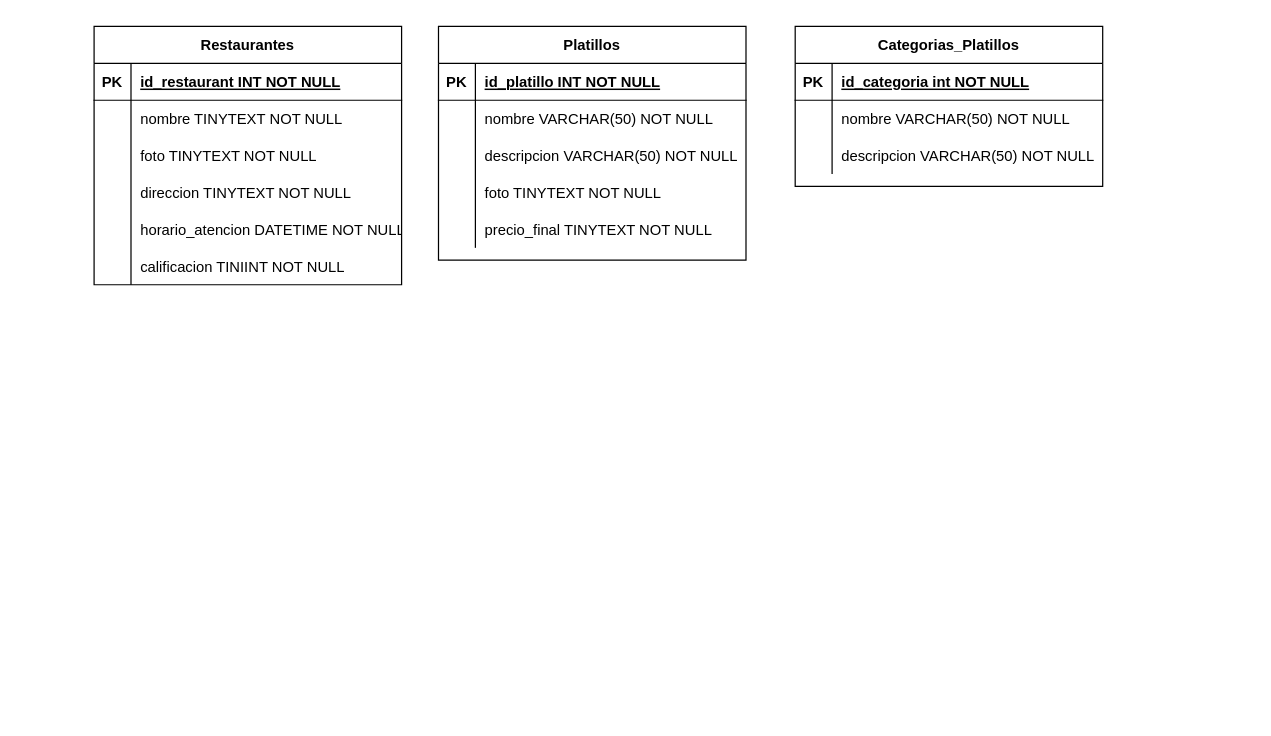
raulgm00/draw.oi keeps this draw.io diagram as page "Restaurantes" (1 of 2) of Restaurantes.drawio. Above is the earlier version. Source tidied: cells renumbered, new cells numbered last; positions are measured from the earlier drawing's top-left corner, leaving out a move shared by most shapes. Both pictures are drawn from the tidied source at 123%, with x=0, y=0 at pixel (93, 26).
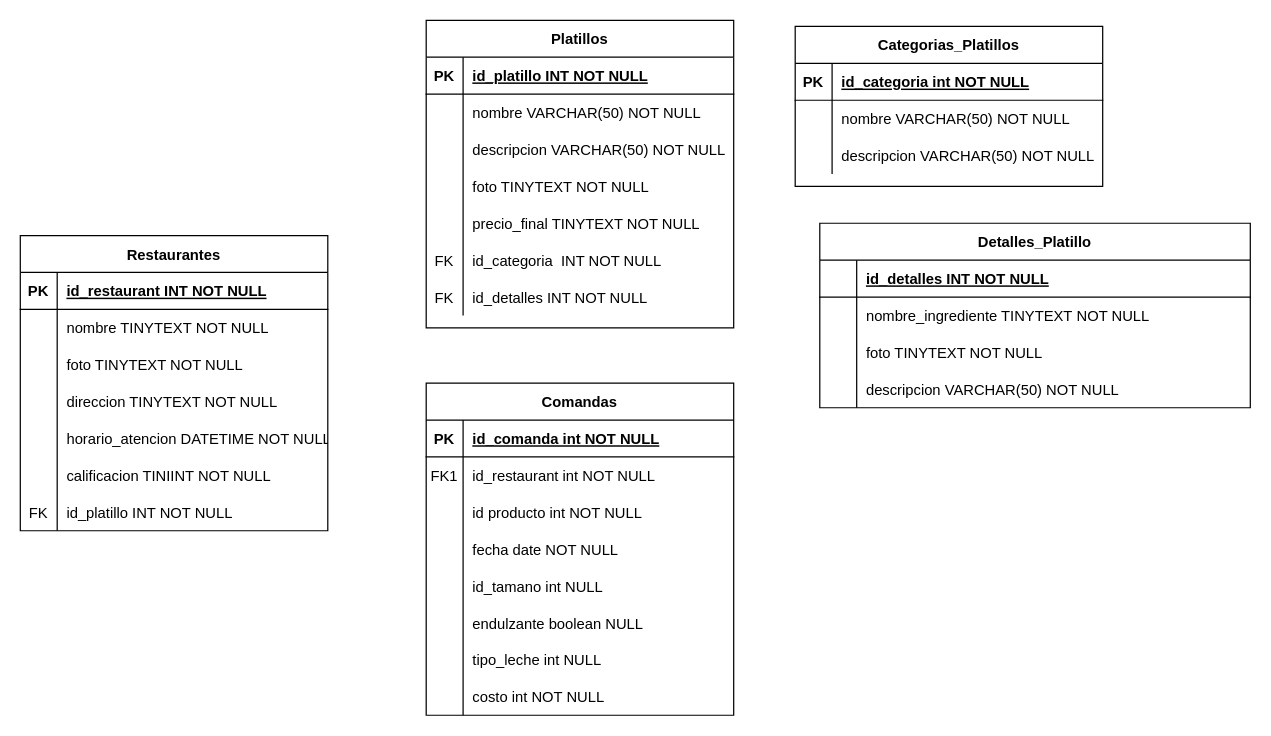
After the change.

Diff of the diagram source:
```diff
@@
     <mxCell id="2" value="Platillos" style="shape=table;startSize=30;childLayout=tableLayout;rowLines=0;fontStyle=1;align=center;" parent="1" vertex="1">
-      <mxGeometry x="280" width="250" height="190" as="geometry" />
+      <mxGeometry x="270" y="-5" width="250" height="250" as="geometry" />
     </mxCell>
@@
+    <mxCell id="47" style="shape=partialRectangle;fillColor=none;top=0;left=0;right=0;bottom=0;" parent="2" vertex="1">
+      <mxGeometry y="180" width="250" height="30" as="geometry" />
+    </mxCell>
+    <mxCell id="48" value="FK" style="shape=partialRectangle;overflow=hidden;fillColor=none;top=0;left=0;bottom=0;right=0;" parent="47" vertex="1">
+      <mxGeometry width="30" height="30" as="geometry" />
+    </mxCell>
+    <mxCell id="49" value="id_categoria  INT NOT NULL" style="shape=partialRectangle;overflow=hidden;fillColor=none;top=0;left=0;bottom=0;right=0;align=left;spacingLeft=6;" parent="47" vertex="1">
+      <mxGeometry x="30" width="220" height="30" as="geometry" />
+    </mxCell>
+    <mxCell id="50" style="shape=partialRectangle;fillColor=none;top=0;left=0;right=0;bottom=0;" parent="2" vertex="1">
+      <mxGeometry y="210" width="250" height="30" as="geometry" />
+    </mxCell>
+    <mxCell id="51" value="FK" style="shape=partialRectangle;overflow=hidden;fillColor=none;top=0;left=0;bottom=0;right=0;" parent="50" vertex="1">
+      <mxGeometry width="30" height="30" as="geometry" />
+    </mxCell>
+    <mxCell id="52" value="id_detalles INT NOT NULL" style="shape=partialRectangle;overflow=hidden;fillColor=none;top=0;left=0;bottom=0;right=0;align=left;spacingLeft=6;" parent="50" vertex="1">
+      <mxGeometry x="30" width="220" height="30" as="geometry" />
+    </mxCell>
@@
     <mxCell id="28" value="Restaurantes" style="shape=table;startSize=30;childLayout=tableLayout;rowLines=0;fontStyle=1;align=center;" parent="1" vertex="1">
-      <mxGeometry width="250" height="210" as="geometry" />
+      <mxGeometry x="-60" y="170" width="250" height="240" as="geometry" />
     </mxCell>
@@
+    <mxCell id="53" style="shape=partialRectangle;fillColor=none;top=0;left=0;right=0;bottom=0;" parent="28" vertex="1">
+      <mxGeometry y="180" width="250" height="30" as="geometry" />
+    </mxCell>
+    <mxCell id="54" style="shape=partialRectangle;overflow=hidden;fillColor=none;top=0;left=0;bottom=0;right=0;" parent="53" vertex="1">
+      <mxGeometry width="30" height="30" as="geometry" />
+    </mxCell>
+    <mxCell id="55" value="calificacion TINIINT NOT NULL" style="shape=partialRectangle;overflow=hidden;fillColor=none;top=0;left=0;bottom=0;right=0;align=left;spacingLeft=6;" parent="53" vertex="1">
+      <mxGeometry x="30" width="220" height="30" as="geometry" />
+    </mxCell>
     <mxCell id="44" style="shape=partialRectangle;fillColor=none;top=0;left=0;right=0;bottom=0;" parent="28" vertex="1">
-      <mxGeometry y="180" width="250" height="30" as="geometry" />
+      <mxGeometry y="210" width="250" height="30" as="geometry" />
     </mxCell>
-    <mxCell id="45" style="shape=partialRectangle;overflow=hidden;fillColor=none;top=0;left=0;bottom=0;right=0;" parent="44" vertex="1">
+    <mxCell id="45" value="FK" style="shape=partialRectangle;overflow=hidden;fillColor=none;top=0;left=0;bottom=0;right=0;" parent="44" vertex="1">
       <mxGeometry width="30" height="30" as="geometry" />
     </mxCell>
-    <mxCell id="46" value="calificacion TINIINT NOT NULL" style="shape=partialRectangle;overflow=hidden;fillColor=none;top=0;left=0;bottom=0;right=0;align=left;spacingLeft=6;" parent="44" vertex="1">
+    <mxCell id="46" value="id_platillo INT NOT NULL" style="shape=partialRectangle;overflow=hidden;fillColor=none;top=0;left=0;bottom=0;right=0;align=left;spacingLeft=6;" parent="44" vertex="1">
       <mxGeometry x="30" width="220" height="30" as="geometry" />
     </mxCell>
+    <mxCell id="56" value="Detalles_Platillo" style="shape=table;startSize=30;childLayout=tableLayout;rowLines=0;fontStyle=1;align=center;" parent="1" vertex="1">
+      <mxGeometry x="590" y="160" width="350" height="150" as="geometry" />
+    </mxCell>
+    <mxCell id="57" style="shape=partialRectangle;fillColor=none;top=0;left=0;right=0;bottom=1;" parent="56" vertex="1">
+      <mxGeometry y="30" width="350" height="30" as="geometry" />
+    </mxCell>
+    <mxCell id="58" style="shape=partialRectangle;overflow=hidden;fillColor=none;top=0;left=0;bottom=0;right=0;fontStyle=1;" parent="57" vertex="1">
+      <mxGeometry width="30" height="30" as="geometry" />
+    </mxCell>
+    <mxCell id="59" value="id_detalles INT NOT NULL " style="shape=partialRectangle;overflow=hidden;fillColor=none;top=0;left=0;bottom=0;right=0;align=left;spacingLeft=6;fontStyle=5;" parent="57" vertex="1">
+      <mxGeometry x="30" width="320" height="30" as="geometry" />
+    </mxCell>
+    <mxCell id="60" style="shape=partialRectangle;fillColor=none;top=0;left=0;right=0;bottom=0;" parent="56" vertex="1">
+      <mxGeometry y="60" width="350" height="30" as="geometry" />
+    </mxCell>
+    <mxCell id="61" style="shape=partialRectangle;overflow=hidden;fillColor=none;top=0;left=0;bottom=0;right=0;" parent="60" vertex="1">
+      <mxGeometry width="30" height="30" as="geometry" />
+    </mxCell>
+    <mxCell id="62" value="nombre_ingrediente TINYTEXT NOT NULL" style="shape=partialRectangle;overflow=hidden;fillColor=none;top=0;left=0;bottom=0;right=0;align=left;spacingLeft=6;" parent="60" vertex="1">
+      <mxGeometry x="30" width="320" height="30" as="geometry" />
+    </mxCell>
+    <mxCell id="63" style="shape=partialRectangle;fillColor=none;top=0;left=0;right=0;bottom=0;" parent="56" vertex="1">
+      <mxGeometry y="90" width="350" height="30" as="geometry" />
+    </mxCell>
+    <mxCell id="64" style="shape=partialRectangle;overflow=hidden;fillColor=none;top=0;left=0;bottom=0;right=0;" parent="63" vertex="1">
+      <mxGeometry width="30" height="30" as="geometry" />
+    </mxCell>
+    <mxCell id="65" value="foto TINYTEXT NOT NULL" style="shape=partialRectangle;overflow=hidden;fillColor=none;top=0;left=0;bottom=0;right=0;align=left;spacingLeft=6;" parent="63" vertex="1">
+      <mxGeometry x="30" width="320" height="30" as="geometry" />
+    </mxCell>
+    <mxCell id="66" style="shape=partialRectangle;fillColor=none;top=0;left=0;right=0;bottom=0;" parent="56" vertex="1">
+      <mxGeometry y="120" width="350" height="30" as="geometry" />
+    </mxCell>
+    <mxCell id="67" style="shape=partialRectangle;overflow=hidden;fillColor=none;top=0;left=0;bottom=0;right=0;" parent="66" vertex="1">
+      <mxGeometry width="30" height="30" as="geometry" />
+    </mxCell>
+    <mxCell id="68" value="descripcion VARCHAR(50) NOT NULL" style="shape=partialRectangle;overflow=hidden;fillColor=none;top=0;left=0;bottom=0;right=0;align=left;spacingLeft=6;" parent="66" vertex="1">
+      <mxGeometry x="30" width="320" height="30" as="geometry" />
+    </mxCell>
+    <mxCell id="69" value="Comandas" style="shape=table;startSize=30;childLayout=tableLayout;rowLines=0;fontStyle=1;align=center;" parent="1" vertex="1">
+      <mxGeometry x="270" y="290" width="250" height="270" as="geometry" />
+    </mxCell>
+    <mxCell id="70" style="shape=partialRectangle;fillColor=none;top=0;left=0;right=0;bottom=1;" parent="69" vertex="1">
+      <mxGeometry y="30" width="250" height="30" as="geometry" />
+    </mxCell>
+    <mxCell id="71" value="PK" style="shape=partialRectangle;overflow=hidden;fillColor=none;top=0;left=0;bottom=0;right=0;fontStyle=1;" parent="70" vertex="1">
+      <mxGeometry width="30" height="30" as="geometry" />
+    </mxCell>
+    <mxCell id="72" value="id_comanda int NOT NULL " style="shape=partialRectangle;overflow=hidden;fillColor=none;top=0;left=0;bottom=0;right=0;align=left;spacingLeft=6;fontStyle=5;" parent="70" vertex="1">
+      <mxGeometry x="30" width="220" height="30" as="geometry" />
+    </mxCell>
+    <mxCell id="73" style="shape=partialRectangle;fillColor=none;top=0;left=0;right=0;bottom=0;" parent="69" vertex="1">
+      <mxGeometry y="60" width="250" height="30" as="geometry" />
+    </mxCell>
+    <mxCell id="74" value="FK1" style="shape=partialRectangle;overflow=hidden;fillColor=none;top=0;left=0;bottom=0;right=0;" parent="73" vertex="1">
+      <mxGeometry width="30" height="30" as="geometry" />
+    </mxCell>
+    <mxCell id="75" value="id_restaurant int NOT NULL" style="shape=partialRectangle;overflow=hidden;fillColor=none;top=0;left=0;bottom=0;right=0;align=left;spacingLeft=6;" parent="73" vertex="1">
+      <mxGeometry x="30" width="220" height="30" as="geometry" />
+    </mxCell>
+    <mxCell id="76" style="shape=partialRectangle;fillColor=none;top=0;left=0;right=0;bottom=0;" parent="69" vertex="1">
+      <mxGeometry y="90" width="250" height="30" as="geometry" />
+    </mxCell>
+    <mxCell id="77" style="shape=partialRectangle;overflow=hidden;fillColor=none;top=0;left=0;bottom=0;right=0;" parent="76" vertex="1">
+      <mxGeometry width="30" height="30" as="geometry" />
+    </mxCell>
+    <mxCell id="78" value="id producto int NOT NULL" style="shape=partialRectangle;overflow=hidden;fillColor=none;top=0;left=0;bottom=0;right=0;align=left;spacingLeft=6;" parent="76" vertex="1">
+      <mxGeometry x="30" width="220" height="30" as="geometry" />
+    </mxCell>
+    <mxCell id="79" style="shape=partialRectangle;fillColor=none;top=0;left=0;right=0;bottom=0;" parent="69" vertex="1">
+      <mxGeometry y="120" width="250" height="30" as="geometry" />
+    </mxCell>
+    <mxCell id="80" style="shape=partialRectangle;overflow=hidden;fillColor=none;top=0;left=0;bottom=0;right=0;" parent="79" vertex="1">
+      <mxGeometry width="30" height="30" as="geometry" />
+    </mxCell>
+    <mxCell id="81" value="fecha date NOT NULL" style="shape=partialRectangle;overflow=hidden;fillColor=none;top=0;left=0;bottom=0;right=0;align=left;spacingLeft=6;" parent="79" vertex="1">
+      <mxGeometry x="30" width="220" height="30" as="geometry" />
+    </mxCell>
+    <mxCell id="82" style="shape=partialRectangle;fillColor=none;top=0;left=0;right=0;bottom=0;" parent="69" vertex="1">
+      <mxGeometry y="150" width="250" height="30" as="geometry" />
+    </mxCell>
+    <mxCell id="83" style="shape=partialRectangle;overflow=hidden;fillColor=none;top=0;left=0;bottom=0;right=0;" parent="82" vertex="1">
+      <mxGeometry width="30" height="30" as="geometry" />
+    </mxCell>
+    <mxCell id="84" value="id_tamano int NULL" style="shape=partialRectangle;overflow=hidden;fillColor=none;top=0;left=0;bottom=0;right=0;align=left;spacingLeft=6;" parent="82" vertex="1">
+      <mxGeometry x="30" width="220" height="30" as="geometry" />
+    </mxCell>
+    <mxCell id="85" style="shape=partialRectangle;fillColor=none;top=0;left=0;right=0;bottom=0;" parent="69" vertex="1">
+      <mxGeometry y="180" width="250" height="30" as="geometry" />
+    </mxCell>
+    <mxCell id="86" style="shape=partialRectangle;overflow=hidden;fillColor=none;top=0;left=0;bottom=0;right=0;" parent="85" vertex="1">
+      <mxGeometry width="30" height="30" as="geometry" />
+    </mxCell>
+    <mxCell id="87" value="endulzante boolean NULL" style="shape=partialRectangle;overflow=hidden;fillColor=none;top=0;left=0;bottom=0;right=0;align=left;spacingLeft=6;" parent="85" vertex="1">
+      <mxGeometry x="30" width="220" height="30" as="geometry" />
+    </mxCell>
+    <mxCell id="88" style="shape=partialRectangle;fillColor=none;top=0;left=0;right=0;bottom=0;" parent="69" vertex="1">
+      <mxGeometry y="210" width="250" height="30" as="geometry" />
+    </mxCell>
+    <mxCell id="89" style="shape=partialRectangle;overflow=hidden;fillColor=none;top=0;left=0;bottom=0;right=0;" parent="88" vertex="1">
+      <mxGeometry width="30" height="30" as="geometry" />
+    </mxCell>
+    <mxCell id="90" value="tipo_leche int NULL" style="shape=partialRectangle;overflow=hidden;fillColor=none;top=0;left=0;bottom=0;right=0;align=left;spacingLeft=6;" parent="88" vertex="1">
+      <mxGeometry x="30" width="220" height="30" as="geometry" />
+    </mxCell>
+    <mxCell id="91" style="shape=partialRectangle;fillColor=none;top=0;left=0;right=0;bottom=0;" parent="69" vertex="1">
+      <mxGeometry y="240" width="250" height="30" as="geometry" />
+    </mxCell>
+    <mxCell id="92" style="shape=partialRectangle;overflow=hidden;fillColor=none;top=0;left=0;bottom=0;right=0;" parent="91" vertex="1">
+      <mxGeometry width="30" height="30" as="geometry" />
+    </mxCell>
+    <mxCell id="93" value="costo int NOT NULL" style="shape=partialRectangle;overflow=hidden;fillColor=none;top=0;left=0;bottom=0;right=0;align=left;spacingLeft=6;" parent="91" vertex="1">
+      <mxGeometry x="30" width="220" height="30" as="geometry" />
+    </mxCell>
```
